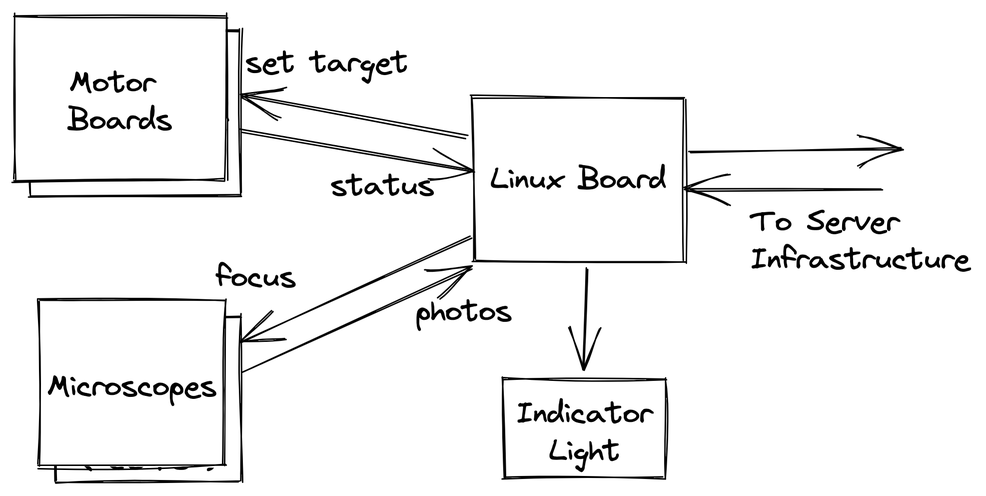
Above: growth-device.excalidraw.png in alsuren/interview-2022-10-31 (Excalidraw), before the change. Source tidied: one line per element, renumbered; positions are measured from the earlier drawing's top-left corner, leaving out a move shared by most shapes.
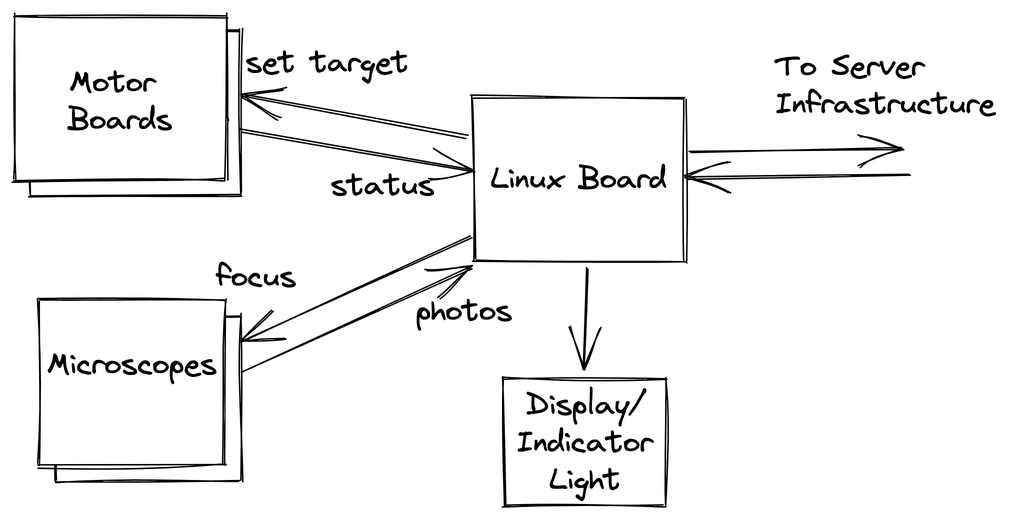
After the change.

The edit, as a diff of the source:
```diff
@@ -1,5 +1,4 @@
 {"id": 0, "type": "rectangle", "strokeColor": "#000000", "backgroundColor": "#fff", "fillStyle": "solid", "strokeWidth": 1, "roughness": 1, "x": 27, "y": 201, "width": 123, "height": 110}
-{"id": 1, "type": "text", "text": "USB\nMicroscope\n\n( COTS )", "strokeColor": "#000000", "strokeWidth": 1, "roughness": 1, "fontSize": 20, "fontFamily": 1, "textAlign": "center", "verticalAlign": "middle", "inside": 0, "x": 32, "y": 209, "width": 113, "height": 92}
 {"id": 2, "type": "rectangle", "strokeColor": "#000000", "backgroundColor": "#fff", "fillStyle": "solid", "strokeWidth": 1, "roughness": 1, "x": 10, "y": 10, "width": 140, "height": 110}
 {"id": 3, "type": "text", "text": "Motor Board", "strokeColor": "#000000", "strokeWidth": 1, "roughness": 1, "fontSize": 20, "fontFamily": 1, "textAlign": "center", "verticalAlign": "middle", "inside": 2, "x": 15, "y": 52, "width": 130, "height": 25}
 {"id": 4, "type": "rectangle", "strokeColor": "#000000", "backgroundColor": "#fff", "fillStyle": "solid", "strokeWidth": 1, "roughness": 1, "x": 0, "y": 0, "width": 140, "height": 110}
@@ -11,14 +10,14 @@
 {"id": 10, "type": "arrow", "strokeColor": "#000000", "strokeWidth": 1, "roughness": 1, "endArrowhead": "arrow", "from": 8, "to": 6, "x": 302, "y": 81, "width": 151, "height": 28, "points": [[0, 0], [-151, -28]]}
 {"id": 11, "type": "arrow", "strokeColor": "#000000", "strokeWidth": 1, "roughness": 1, "endArrowhead": "arrow", "from": 4, "to": 8, "x": 151, "y": 77, "width": 154, "height": 26, "points": [[0, 0], [154, 26]]}
 {"id": 12, "type": "rectangle", "strokeColor": "#000000", "backgroundColor": "#fff", "fillStyle": "solid", "strokeWidth": 1, "roughness": 1, "x": 16, "y": 191, "width": 124, "height": 110}
-{"id": 13, "type": "text", "text": "Microscopes", "strokeColor": "#000000", "strokeWidth": 1, "roughness": 1, "fontSize": 20, "fontFamily": 1, "textAlign": "center", "verticalAlign": "middle", "inside": 12, "x": 21, "y": 234, "width": 114, "height": 23}
+{"id": 13, "type": "text", "text": "Microscopes", "strokeColor": "#000000", "strokeWidth": 1, "roughness": 1, "fontSize": 20, "fontFamily": 1, "textAlign": "center", "verticalAlign": "middle", "inside": 12, "x": 21, "y": 221, "width": 114, "height": 50}
 {"id": 14, "type": "arrow", "strokeColor": "#000000", "strokeWidth": 1, "roughness": 1, "endArrowhead": "arrow", "from": 8, "to": 12, "x": 304, "y": 149, "width": 152, "height": 69, "points": [[0, 0], [-152, 69]]}
 {"id": 15, "type": "text", "text": "focus", "strokeColor": "#000000", "strokeWidth": 1, "roughness": 1, "fontSize": 20, "fontFamily": 1, "x": 134, "y": 162, "width": 54, "height": 25}
 {"id": 16, "type": "arrow", "strokeColor": "#000000", "strokeWidth": 1, "roughness": 1, "endArrowhead": "arrow", "from": 12, "to": 8, "x": 152, "y": 238, "width": 153, "height": 70, "points": [[0, 0], [153, -70]]}
 {"id": 17, "type": "text", "text": "photos", "strokeColor": "#000000", "strokeWidth": 1, "roughness": 1, "fontSize": 20, "fontFamily": 1, "x": 267, "y": 185, "width": 65, "height": 25}
 {"id": 18, "type": "arrow", "strokeColor": "#000000", "strokeWidth": 1, "roughness": 1, "endArrowhead": "arrow", "from": 8, "x": 450, "y": 91, "width": 140, "height": 2, "points": [[0, 0], [140, -2]]}
-{"id": 19, "type": "arrow", "strokeColor": "#000000", "strokeWidth": 1, "roughness": 1, "endArrowhead": "arrow", "from": 20, "to": 8, "x": 578, "y": 115, "width": 131, "height": 1, "points": [[0, 0], [-131, 1]]}
+{"id": 19, "type": "arrow", "strokeColor": "#000000", "strokeWidth": 1, "roughness": 1, "endArrowhead": "arrow", "to": 8, "x": 596, "y": 106, "width": 149, "height": 3, "points": [[0, 0], [-149, 3]]}
-{"id": 20, "type": "text", "text": "To Server\nInfrastructure", "strokeColor": "#000000", "strokeWidth": 1, "roughness": 1, "fontSize": 20, "fontFamily": 1, "x": 491, "y": 125, "width": 147, "height": 50}
+{"id": 20, "type": "text", "text": "To Server\nInfrastructure", "strokeColor": "#000000", "strokeWidth": 1, "roughness": 1, "fontSize": 20, "fontFamily": 1, "x": 507, "y": 22, "width": 147, "height": 50}
-{"id": 21, "type": "rectangle", "strokeColor": "#000000", "backgroundColor": "#fff", "fillStyle": "solid", "strokeWidth": 1, "roughness": 1, "x": 326, "y": 243, "width": 108, "height": 66}
+{"id": 21, "type": "rectangle", "strokeColor": "#000000", "backgroundColor": "#fff", "fillStyle": "solid", "strokeWidth": 1, "roughness": 1, "x": 326, "y": 243, "width": 108, "height": 85}
-{"id": 22, "type": "text", "text": "Indicator\nLight", "strokeColor": "#000000", "backgroundColor": "#fff", "fillStyle": "solid", "strokeWidth": 1, "roughness": 1, "fontSize": 20, "fontFamily": 1, "textAlign": "center", "verticalAlign": "middle", "inside": 21, "x": 331, "y": 252, "width": 98, "height": 46}
+{"id": 22, "type": "text", "text": "Display/\nIndicator\nLight", "strokeColor": "#000000", "backgroundColor": "#fff", "fillStyle": "solid", "strokeWidth": 1, "roughness": 1, "fontSize": 20, "fontFamily": 1, "textAlign": "center", "verticalAlign": "middle", "inside": 21, "x": 331, "y": 248, "width": 98, "height": 75}
 {"id": 23, "type": "arrow", "strokeColor": "#000000", "backgroundColor": "#fff", "fillStyle": "solid", "strokeWidth": 1, "roughness": 1, "endArrowhead": "arrow", "from": 8, "to": 21, "x": 381, "y": 170, "width": 2, "height": 65, "points": [[0, 0], [-2, 65]]}
```
